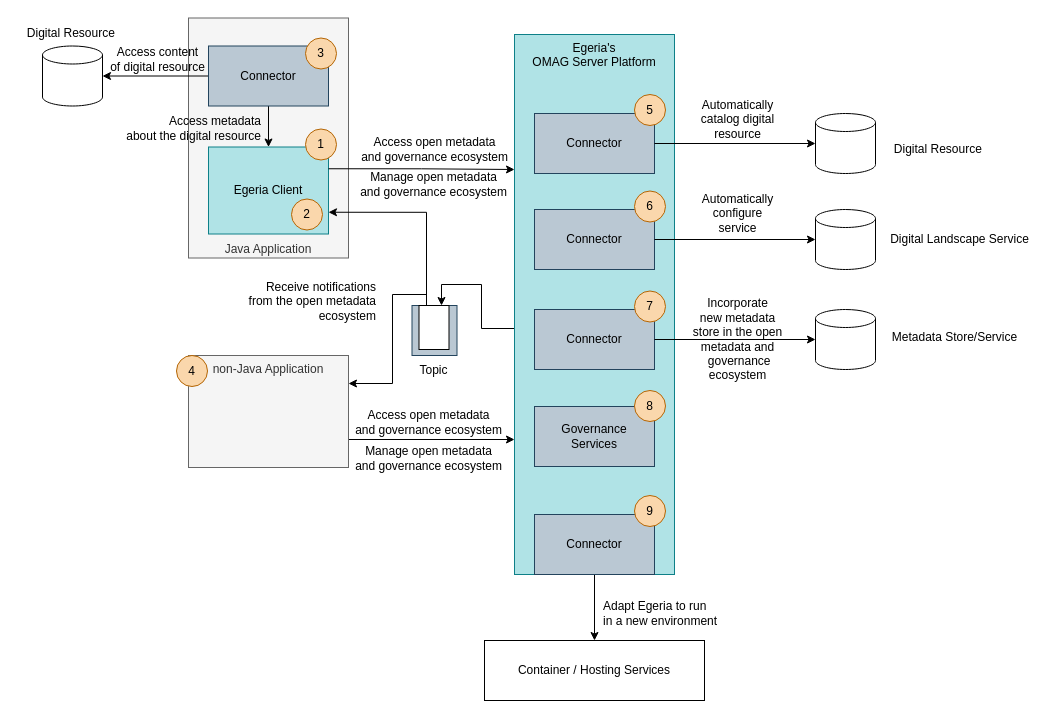
Earlier version of the draw.io diagram page "connecting-to-egeria" (5 of 7) of site/docs/guides/developer/developer-guide.drawio (odpi/egeria-docs). Source tidied: cells renumbered, new cells numbered last; positions are measured from the earlier drawing's top-left corner, leaving out a move shared by most shapes. Both pictures are drawn from the tidied source at 100%, with x=0, y=0 at pixel (17, 18).
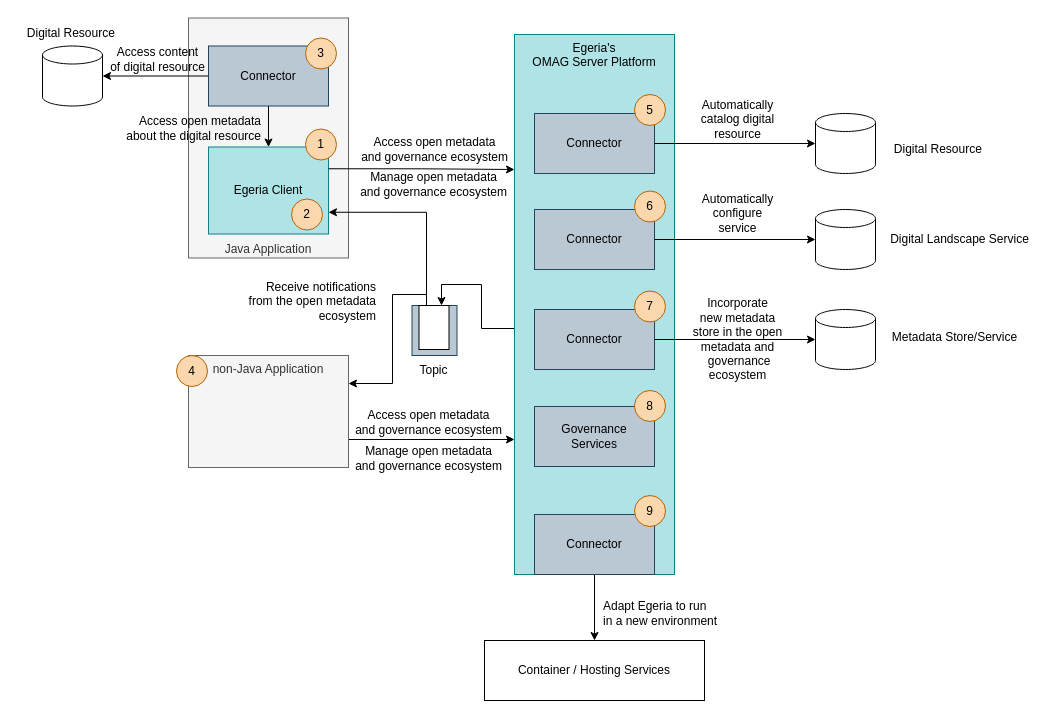
The same diagram, later.

Diff of the diagram source:
```diff
@@
-    <mxCell id="24" value="Access metadata&lt;br&gt;about the digital resource" style="text;html=1;align=right;verticalAlign=middle;strokeColor=none;fillColor=none;" parent="1" vertex="1">
+    <mxCell id="24" value="Access open metadata&lt;br&gt;about the digital resource" style="text;html=1;align=right;verticalAlign=middle;strokeColor=none;fillColor=none;" parent="1" vertex="1">
       <mxGeometry x="95" y="94.5" width="150" height="30" as="geometry" />
     </mxCell>
```
